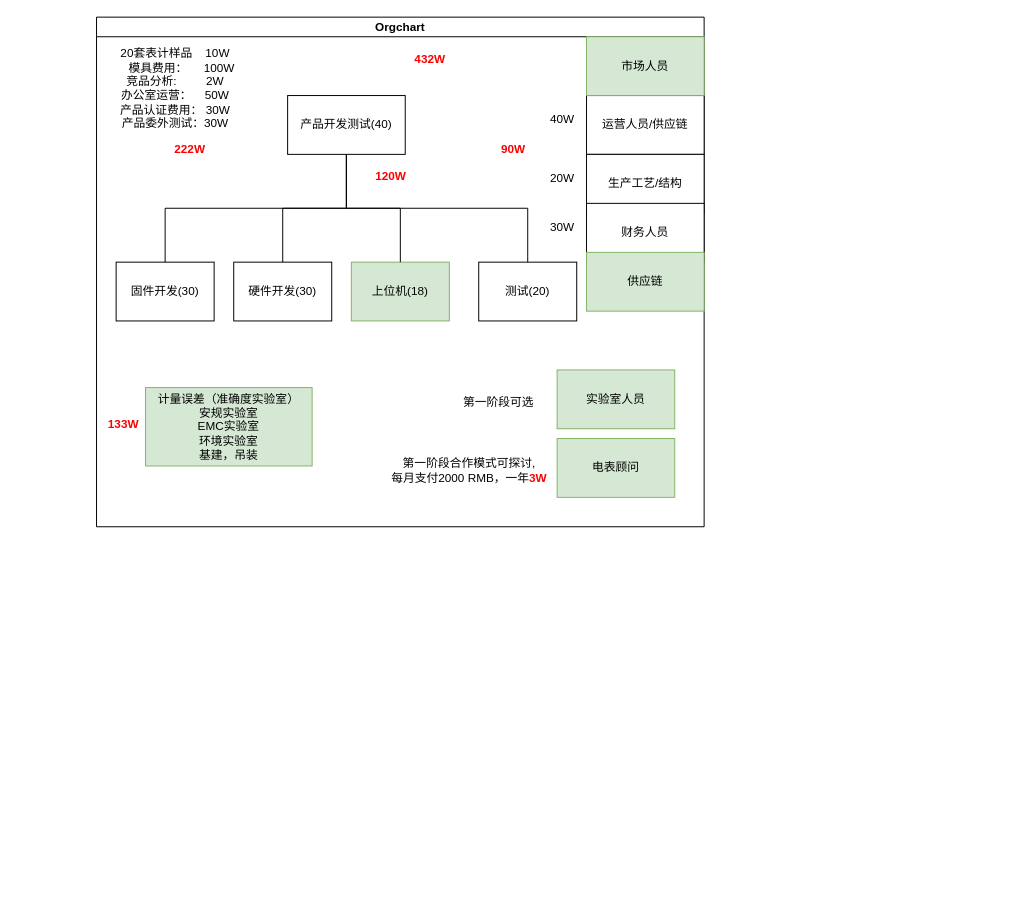
q30china/draw keeps this draw.io diagram as business/team-members-organization.drawio. Above is the earlier version. Source tidied: cells renumbered, new cells numbered last; positions are measured from the earlier drawing's top-left corner, leaving out a move shared by most shapes. Both pictures are drawn from the tidied source at 98%, with x=0, y=0 at pixel (96, 17).
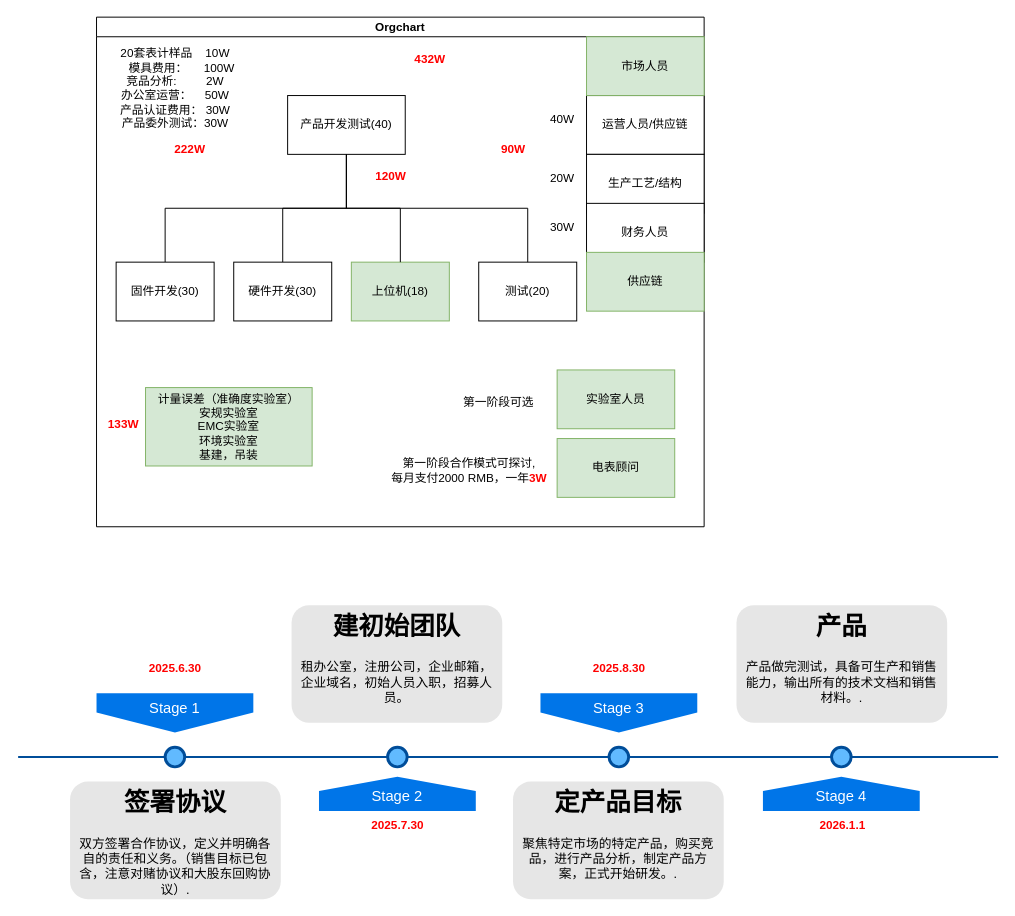
After the change.

Change to the diagram source:
```diff
@@
+    <mxCell id="35" style="line;strokeWidth=2;html=1;fillColor=none;fontSize=28;fontColor=#004D99;strokeColor=#004D99;" parent="1" vertex="1">
+      <mxGeometry x="-80" y="750" width="1000" height="10" as="geometry" />
+    </mxCell>
+    <mxCell id="36" value="Stage 1" style="shape=offPageConnector;whiteSpace=wrap;html=1;fillColor=#0075E8;fontSize=15;fontColor=#FFFFFF;size=0.5093750000000015;verticalAlign=top;strokeColor=none;" parent="1" vertex="1">
+      <mxGeometry y="690" width="160" height="40" as="geometry" />
+    </mxCell>
+    <mxCell id="37" value="&lt;span&gt;Stage 3&lt;/span&gt;" style="shape=offPageConnector;whiteSpace=wrap;html=1;fillColor=#0075E8;fontSize=15;fontColor=#FFFFFF;size=0.5093750000000015;verticalAlign=top;strokeColor=none;" parent="1" vertex="1">
+      <mxGeometry x="453" y="690" width="160" height="40" as="geometry" />
+    </mxCell>
+    <mxCell id="38" value="&lt;span&gt;Stage 2&lt;/span&gt;" style="shape=offPageConnector;whiteSpace=wrap;html=1;fillColor=#0075E8;fontSize=15;fontColor=#FFFFFF;size=0.4178571428571445;flipV=1;verticalAlign=bottom;strokeColor=none;spacingBottom=4;" parent="1" vertex="1">
+      <mxGeometry x="227" y="775" width="160" height="35" as="geometry" />
+    </mxCell>
+    <mxCell id="39" value="&lt;span&gt;Stage 4&lt;/span&gt;" style="shape=offPageConnector;whiteSpace=wrap;html=1;fillColor=#0075E8;fontSize=15;fontColor=#FFFFFF;size=0.4178571428571445;flipV=1;verticalAlign=bottom;strokeColor=none;spacingBottom=4;" parent="1" vertex="1">
+      <mxGeometry x="680" y="775" width="160" height="35" as="geometry" />
+    </mxCell>
+    <mxCell id="40" style="ellipse;whiteSpace=wrap;html=1;fillColor=#61BAFF;fontSize=28;fontColor=#004D99;strokeWidth=3;strokeColor=#004D99;" parent="1" vertex="1">
+      <mxGeometry x="70" y="745" width="20" height="20" as="geometry" />
+    </mxCell>
+    <mxCell id="41" style="ellipse;whiteSpace=wrap;html=1;fillColor=#61BAFF;fontSize=28;fontColor=#004D99;strokeWidth=3;strokeColor=#004D99;" parent="1" vertex="1">
+      <mxGeometry x="297" y="745" width="20" height="20" as="geometry" />
+    </mxCell>
+    <mxCell id="42" style="ellipse;whiteSpace=wrap;html=1;fillColor=#61BAFF;fontSize=28;fontColor=#004D99;strokeWidth=3;strokeColor=#004D99;" parent="1" vertex="1">
+      <mxGeometry x="523" y="745" width="20" height="20" as="geometry" />
+    </mxCell>
+    <mxCell id="43" style="ellipse;whiteSpace=wrap;html=1;fillColor=#61BAFF;fontSize=28;fontColor=#004D99;strokeWidth=3;strokeColor=#004D99;" parent="1" vertex="1">
+      <mxGeometry x="750" y="745" width="20" height="20" as="geometry" />
+    </mxCell>
+    <mxCell id="44" value="&lt;h1&gt;签署协议&lt;/h1&gt;&lt;p&gt;双方签署合作协议，定义并明确各自的责任和义务。（销售目标已包含，注意对赌协议和大股东回购协议）.&lt;/p&gt;" style="text;html=1;spacing=5;spacingTop=-20;whiteSpace=wrap;overflow=hidden;strokeColor=none;strokeWidth=3;fillColor=#E6E6E6;fontSize=13;fontColor=#000000;align=center;rounded=1;" parent="1" vertex="1">
+      <mxGeometry x="-27" y="780" width="215" height="120" as="geometry" />
+    </mxCell>
+    <mxCell id="45" value="&lt;h1&gt;建初始团队&lt;/h1&gt;&lt;p&gt;租办公室，注册公司，企业邮箱，企业域名，初始人员入职，招募人员。&lt;/p&gt;" style="text;html=1;spacing=5;spacingTop=-20;whiteSpace=wrap;overflow=hidden;strokeColor=none;strokeWidth=3;fillColor=#E6E6E6;fontSize=13;fontColor=#000000;align=center;rounded=1;" parent="1" vertex="1">
+      <mxGeometry x="199" y="600" width="215" height="120" as="geometry" />
+    </mxCell>
+    <mxCell id="46" value="&lt;h1&gt;定产品目标&lt;/h1&gt;&lt;p&gt;聚焦特定市场的特定产品，购买竞品，进行产品分析，制定产品方案，正式开始研发。.&lt;/p&gt;" style="text;html=1;spacing=5;spacingTop=-20;whiteSpace=wrap;overflow=hidden;strokeColor=none;strokeWidth=3;fillColor=#E6E6E6;fontSize=13;fontColor=#000000;align=center;rounded=1;" parent="1" vertex="1">
+      <mxGeometry x="425" y="780" width="215" height="120" as="geometry" />
+    </mxCell>
+    <mxCell id="47" value="&lt;h1&gt;产品&lt;/h1&gt;&lt;p&gt;产品做完测试，具备可生产和销售能力，输出所有的技术文档和销售材料。.&lt;/p&gt;" style="text;html=1;spacing=5;spacingTop=-20;whiteSpace=wrap;overflow=hidden;strokeColor=none;strokeWidth=3;fillColor=#E6E6E6;fontSize=13;fontColor=#000000;align=center;rounded=1;" parent="1" vertex="1">
+      <mxGeometry x="653" y="600" width="215" height="120" as="geometry" />
+    </mxCell>
+    <mxCell id="48" value="&lt;font style=&quot;color: rgb(255, 0, 0);&quot;&gt;&lt;b&gt;2025.6.30&lt;/b&gt;&lt;/font&gt;" style="text;html=1;align=center;verticalAlign=middle;strokeColor=none;fillColor=none;" parent="1" vertex="1">
+      <mxGeometry x="40" y="650" width="80" height="30" as="geometry" />
+    </mxCell>
+    <mxCell id="49" value="&lt;b&gt;&lt;font style=&quot;color: rgb(255, 0, 0);&quot;&gt;2025.7.30&lt;/font&gt;&lt;/b&gt;" style="text;html=1;align=center;verticalAlign=middle;strokeColor=none;fillColor=none;" parent="1" vertex="1">
+      <mxGeometry x="266.5" y="810" width="80" height="30" as="geometry" />
+    </mxCell>
+    <mxCell id="50" value="&lt;font style=&quot;color: rgb(255, 0, 0);&quot;&gt;&lt;b&gt;2025.8.30&lt;/b&gt;&lt;/font&gt;" style="text;html=1;align=center;verticalAlign=middle;strokeColor=none;fillColor=none;" parent="1" vertex="1">
+      <mxGeometry x="492.5" y="650" width="80" height="30" as="geometry" />
+    </mxCell>
+    <mxCell id="51" value="&lt;font style=&quot;color: rgb(255, 0, 0);&quot;&gt;&lt;b&gt;2026.1.1&lt;/b&gt;&lt;/font&gt;" style="text;html=1;align=center;verticalAlign=middle;strokeColor=none;fillColor=none;" parent="1" vertex="1">
+      <mxGeometry x="725.5" y="810" width="70" height="30" as="geometry" />
+    </mxCell>
```
